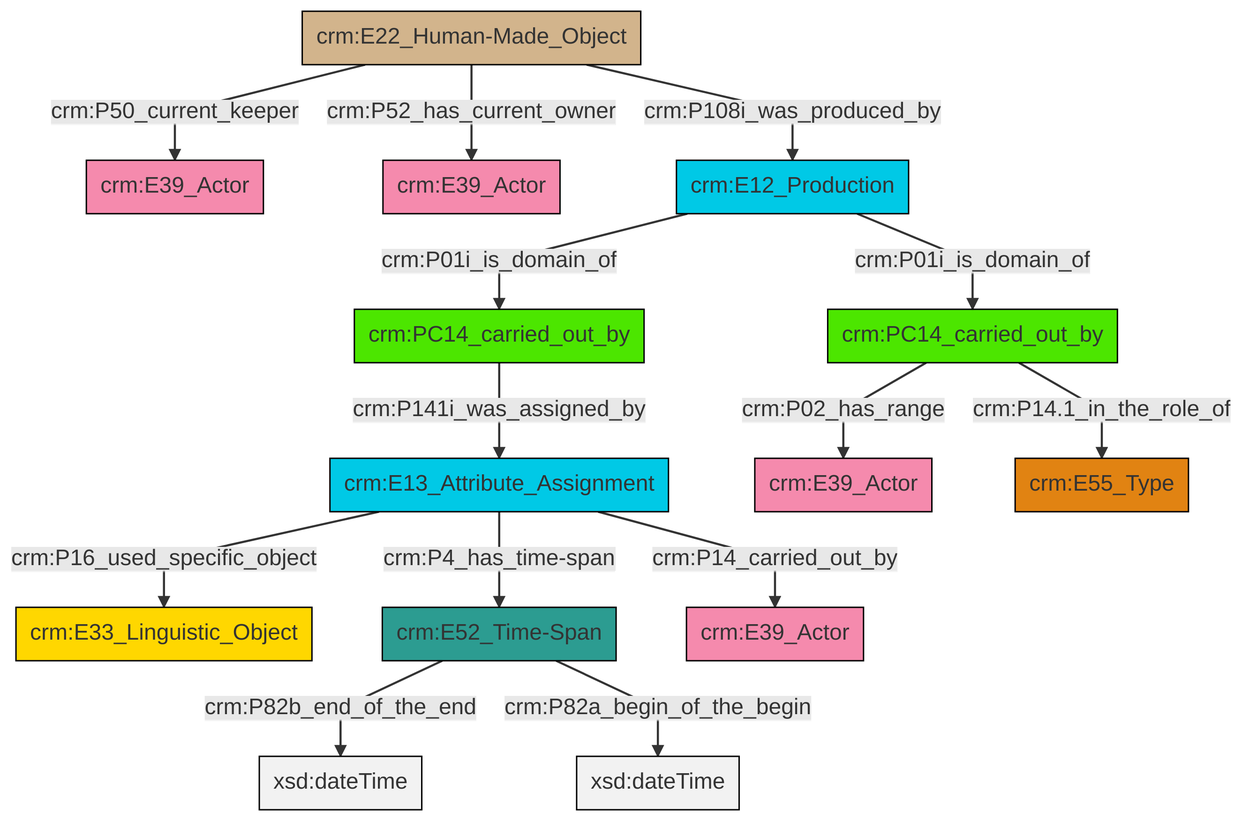
This is et/carrierCSV/ttl/mmd/png/carrier_relations.png from swiss-art-research-net/docs.swissartresearch, a Mermaid export, as it was before one commit. Its source is kept beside it as et/carrierCSV/ttl/mmd/carrier_relations.ttl.mmd.
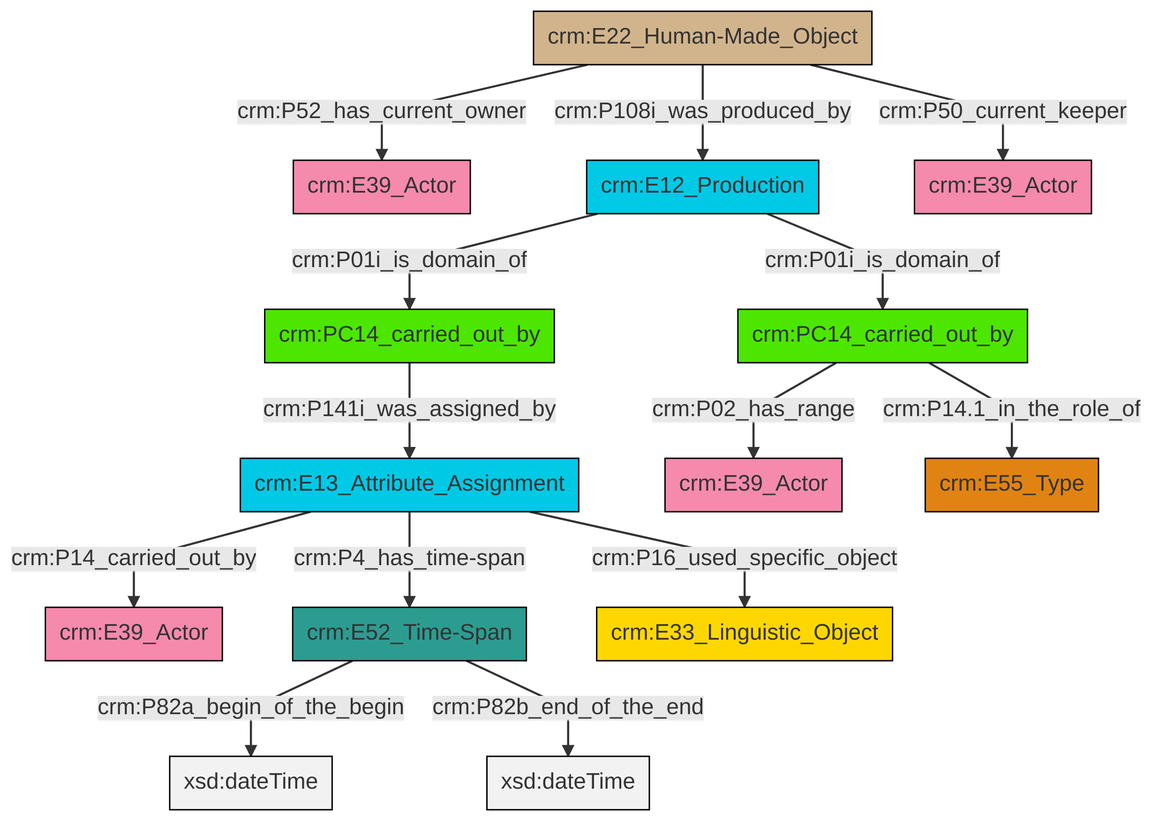
After the change.

What changed in the source:
```diff
@@ -13,16 +13,16 @@
 classDef PC_Classes fill:#4ce600, stroke:#000000;
 classDef Multi fill:#cccccc,stroke:#000000;
 
-0["crm:E22_Human-Made_Object"]:::Physical_Thing -->|crm:P50_current_keeper| 1["crm:E39_Actor"]:::Actor
-0["crm:E22_Human-Made_Object"]:::Physical_Thing -->|crm:P52_has_current_owner| 8["crm:E39_Actor"]:::Actor
-2["crm:E13_Attribute_Assignment"]:::Temporal_Entity -->|crm:P4_has_time-span| 9["crm:E52_Time-Span"]:::Time-Span
-10["crm:E12_Production"]:::Temporal_Entity -->|crm:P01i_is_domain_of| 11["crm:PC14_carried_out_by"]:::PC_Classes
-2["crm:E13_Attribute_Assignment"]:::Temporal_Entity -->|crm:P14_carried_out_by| 14["crm:E39_Actor"]:::Actor
-20["crm:PC14_carried_out_by"]:::PC_Classes -->|crm:P14.1_in_the_role_of| 15["crm:E55_Type"]:::Type
-9["crm:E52_Time-Span"]:::Time-Span -->|crm:P82b_end_of_the_end| 21[xsd:dateTime]:::Literal
-10["crm:E12_Production"]:::Temporal_Entity -->|crm:P01i_is_domain_of| 20["crm:PC14_carried_out_by"]:::PC_Classes
-11["crm:PC14_carried_out_by"]:::PC_Classes -->|crm:P141i_was_assigned_by| 2["crm:E13_Attribute_Assignment"]:::Temporal_Entity
-9["crm:E52_Time-Span"]:::Time-Span -->|crm:P82a_begin_of_the_begin| 25[xsd:dateTime]:::Literal
-20["crm:PC14_carried_out_by"]:::PC_Classes -->|crm:P02_has_range| 6["crm:E39_Actor"]:::Actor
-0["crm:E22_Human-Made_Object"]:::Physical_Thing -->|crm:P108i_was_produced_by| 10["crm:E12_Production"]:::Temporal_Entity
-2["crm:E13_Attribute_Assignment"]:::Temporal_Entity -->|crm:P16_used_specific_object| 4["crm:E33_Linguistic_Object"]:::Conceptual_Object
+0["crm:E22_Human-Made_Object"]:::Physical_Thing -->|crm:P52_has_current_owner| 1["crm:E39_Actor"]:::Actor
+0["crm:E22_Human-Made_Object"]:::Physical_Thing -->|crm:P108i_was_produced_by| 6["crm:E12_Production"]:::Temporal_Entity
+6["crm:E12_Production"]:::Temporal_Entity -->|crm:P01i_is_domain_of| 7["crm:PC14_carried_out_by"]:::PC_Classes
+8["crm:E52_Time-Span"]:::Time-Span -->|crm:P82a_begin_of_the_begin| 9[xsd:dateTime]:::Literal
+10["crm:E13_Attribute_Assignment"]:::Temporal_Entity -->|crm:P14_carried_out_by| 11["crm:E39_Actor"]:::Actor
+10["crm:E13_Attribute_Assignment"]:::Temporal_Entity -->|crm:P4_has_time-span| 8["crm:E52_Time-Span"]:::Time-Span
+7["crm:PC14_carried_out_by"]:::PC_Classes -->|crm:P141i_was_assigned_by| 10["crm:E13_Attribute_Assignment"]:::Temporal_Entity
+6["crm:E12_Production"]:::Temporal_Entity -->|crm:P01i_is_domain_of| 16["crm:PC14_carried_out_by"]:::PC_Classes
+16["crm:PC14_carried_out_by"]:::PC_Classes -->|crm:P02_has_range| 4["crm:E39_Actor"]:::Actor
+10["crm:E13_Attribute_Assignment"]:::Temporal_Entity -->|crm:P16_used_specific_object| 18["crm:E33_Linguistic_Object"]:::Conceptual_Object
+0["crm:E22_Human-Made_Object"]:::Physical_Thing -->|crm:P50_current_keeper| 2["crm:E39_Actor"]:::Actor
+16["crm:PC14_carried_out_by"]:::PC_Classes -->|crm:P14.1_in_the_role_of| 14["crm:E55_Type"]:::Type
+8["crm:E52_Time-Span"]:::Time-Span -->|crm:P82b_end_of_the_end| 22[xsd:dateTime]:::Literal
```
